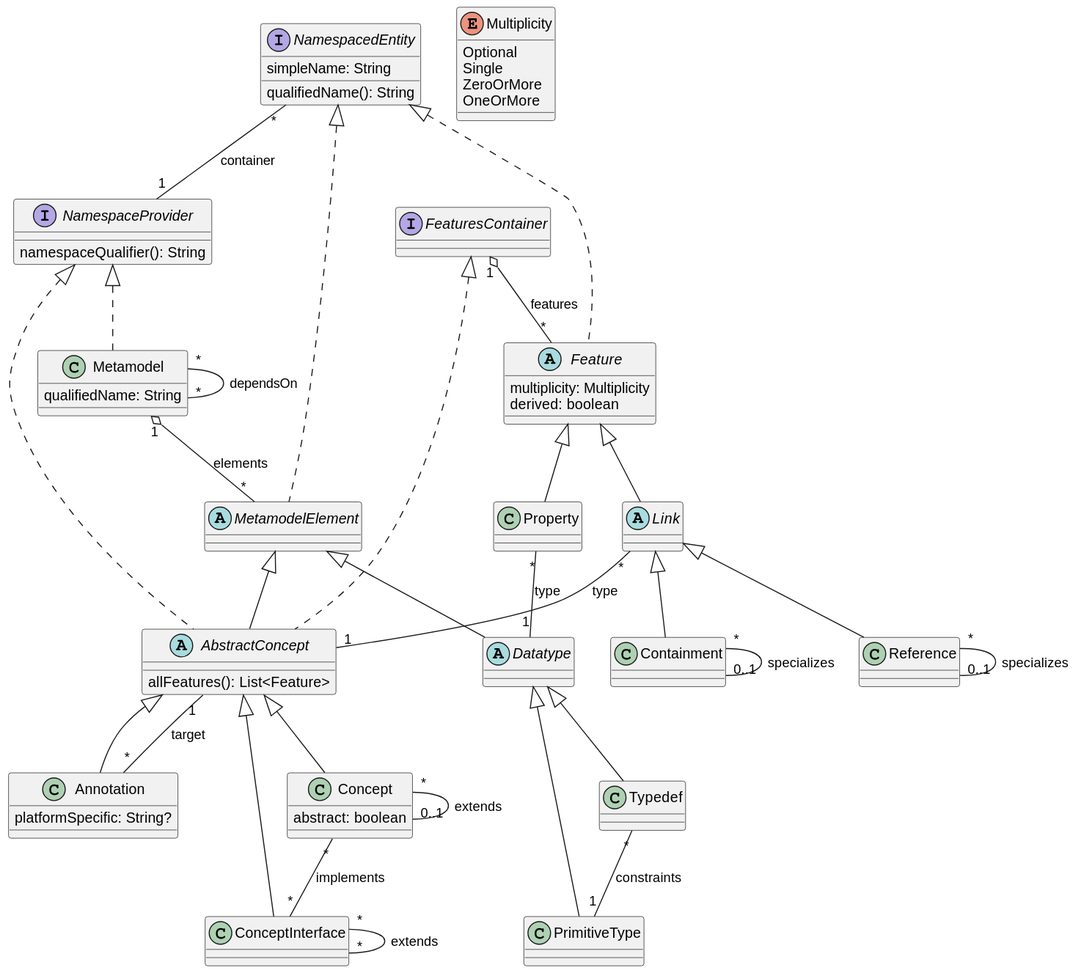
This is lioncore/metametamodel.svg from LionWeb-io/specification, a PlantUML export, as it was before one commit. Its source is kept beside it as lioncore/metametamodel.puml. Source of this version:
```plantuml
@startuml
hide empty members

interface NamespacedEntity {
  simpleName: String
  qualifiedName(): String
}

interface NamespaceProvider {
  namespaceQualifier(): String
}

class Metamodel implements NamespaceProvider {
  qualifiedName: String
}

abstract class MetamodelElement implements NamespacedEntity

abstract class FeaturesContainer extends MetamodelElement implements NamespaceProvider {
  allFeatures(): List<Feature>
}

class Annotation #orange extends FeaturesContainer  {
  platformSpecific: String?
}

class Concept extends FeaturesContainer {
  abstract: boolean
}

class ConceptInterface extends FeaturesContainer

abstract class Feature implements NamespacedEntity {
  <color:#orange>derived: boolean</color>
  optional: boolean
}

class Property extends Feature

class Typedef #orange extends DataType

abstract class DataType extends MetamodelElement

class PrimitiveType extends DataType

class Enumeration extends DataType implements NamespaceProvider

class EnumerationLiteral implements NamespacedEntity

abstract class Link extends Feature {
  multiple: boolean
}

class Containment extends Link

class Reference extends Link


Annotation "*" --> "1" FeaturesContainer #orange;text:orange : target

Concept "*" -> "0..1" Concept: extends
Concept "*" --> "*" ConceptInterface: implements

ConceptInterface "*" --> "*" ConceptInterface: extends

Containment "*" -> "0..1" Containment #orange;text:orange : specializes

Feature "*" -* "1" FeaturesContainer: features

Link "*" --> "1" FeaturesContainer: type

MetamodelElement "*" -* "1" Metamodel: elements
Metamodel "*" --> "*" Metamodel: dependsOn

NamespacedEntity "*" --> "1" NamespaceProvider: container

Property "*" -> "1" DataType: type

Reference "*" -> "0..1" Reference #orange;text:orange : specializes

EnumerationLiteral "*" -* "1" Enumeration : literals

Typedef "*" -> "1" PrimitiveType #orange;text:orange : constraints

@enduml
```
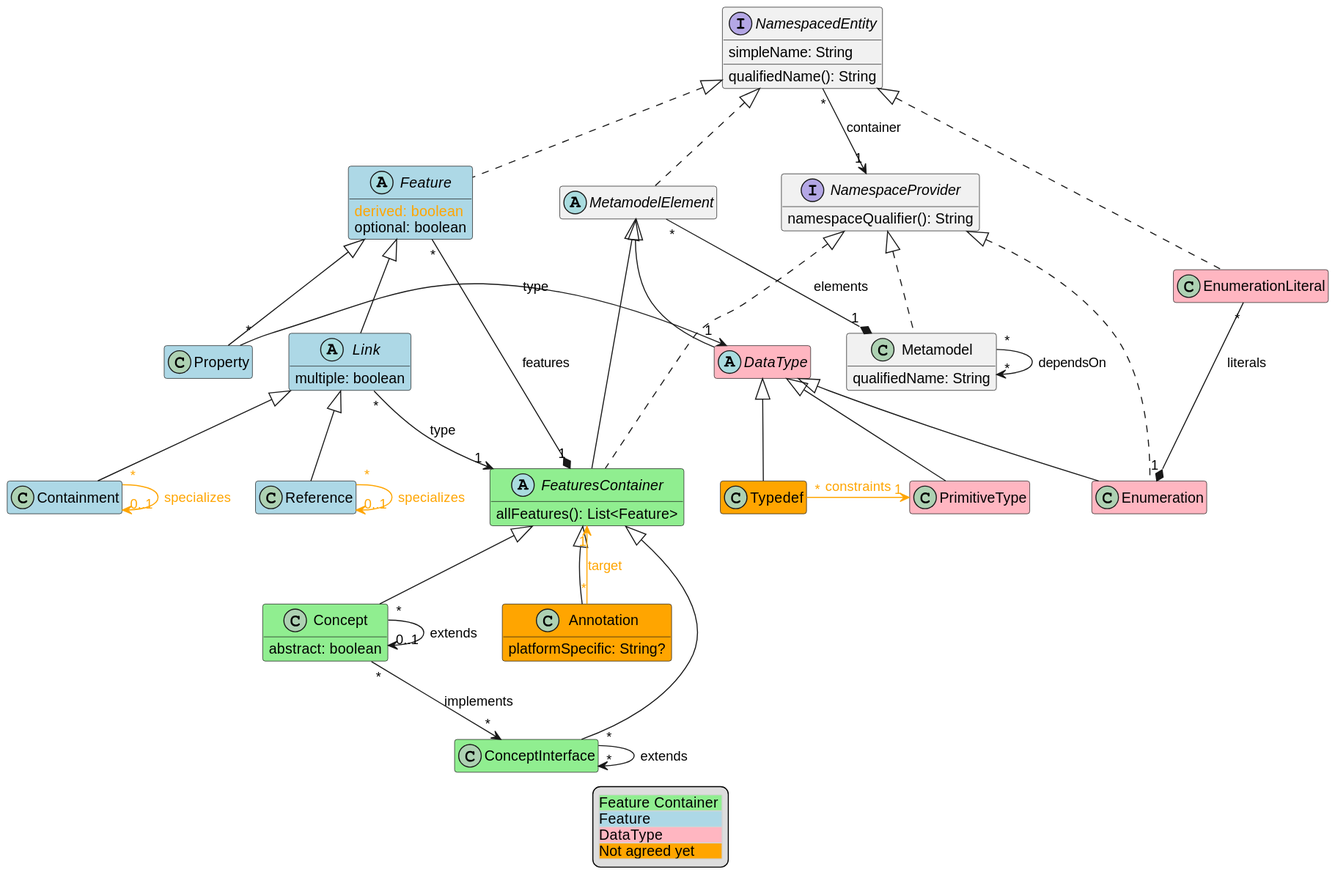
The same file after the commit.

Commit message:
color-coded parts of M3 diagram

Change to the diagram source:
```diff
@@ -16,7 +16,7 @@
 
 abstract class MetamodelElement implements NamespacedEntity
 
-abstract class FeaturesContainer extends MetamodelElement implements NamespaceProvider {
+abstract class FeaturesContainer #LightGreen extends MetamodelElement implements NamespaceProvider {
   allFeatures(): List<Feature>
 }
 
@@ -24,36 +24,36 @@
   platformSpecific: String?
 }
 
-class Concept extends FeaturesContainer {
+class Concept #LightGreen extends FeaturesContainer {
   abstract: boolean
 }
 
-class ConceptInterface extends FeaturesContainer
+class ConceptInterface #LightGreen extends FeaturesContainer
 
-abstract class Feature implements NamespacedEntity {
+abstract class Feature #LightBlue implements NamespacedEntity {
   <color:#orange>derived: boolean</color>
   optional: boolean
 }
 
-class Property extends Feature
+class Property #LightBlue extends Feature
 
 class Typedef #orange extends DataType
 
-abstract class DataType extends MetamodelElement
+abstract class DataType #LightPink extends MetamodelElement
 
-class PrimitiveType extends DataType
+class PrimitiveType #LightPink extends DataType
 
-class Enumeration extends DataType implements NamespaceProvider
+class Enumeration #LightPink extends DataType implements NamespaceProvider
 
-class EnumerationLiteral implements NamespacedEntity
+class EnumerationLiteral #LightPink implements NamespacedEntity
 
-abstract class Link extends Feature {
+abstract class Link #LightBlue extends Feature {
   multiple: boolean
 }
 
-class Containment extends Link
+class Containment #LightBlue extends Link
 
-class Reference extends Link
+class Reference #LightBlue extends Link
 
 
 Annotation "*" --> "1" FeaturesContainer #orange;text:orange : target
@@ -82,4 +82,10 @@
 
 Typedef "*" -> "1" PrimitiveType #orange;text:orange : constraints
 
+legend
+  <#LightGray,#LightGray>| <#LightGreen>Feature Container |
+  | <#LightBlue>Feature |
+  | <#LightPink>DataType |
+  | <#orange>Not agreed yet |
+end legend
 @enduml
```
